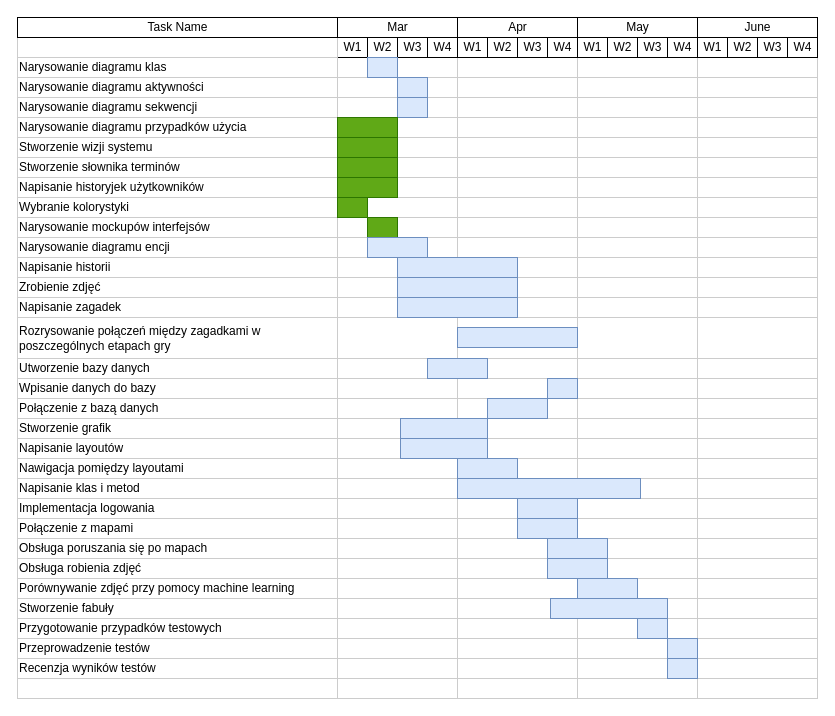
The draw.io diagram Wykres Gantta.drawio in dwarchol/ZPI-projekt, before the edit. Source tidied: cells renumbered, new cells numbered last; positions are measured from the earlier drawing's top-left corner, leaving out a move shared by most shapes. Both pictures are drawn from the tidied source at 100%, with x=0, y=0 at pixel (17, 17).
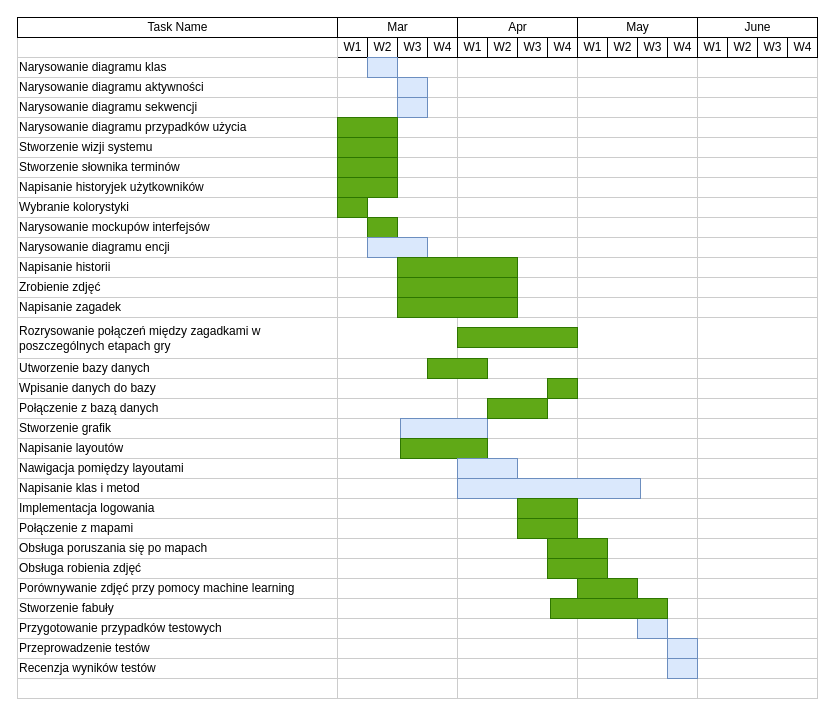
The same page after the edit.

The edit, as a diff of the source:
```diff
@@
-    <mxCell id="189" style="align=left;strokeColor=#6c8ebf;html=1;fillColor=#dae8fc;" parent="1" vertex="1">
+    <mxCell id="189" style="align=left;strokeColor=#2D7600;html=1;fillColor=#60a917;fontColor=#ffffff;" parent="1" vertex="1">
       <mxGeometry x="380" y="280" width="120" height="20" as="geometry" />
     </mxCell>
-    <mxCell id="190" style="align=left;strokeColor=#6c8ebf;html=1;fillColor=#dae8fc;" parent="1" vertex="1">
+    <mxCell id="190" style="align=left;strokeColor=#2D7600;html=1;fillColor=#60a917;fontColor=#ffffff;" parent="1" vertex="1">
       <mxGeometry x="380" y="260" width="120" height="20" as="geometry" />
     </mxCell>
-    <mxCell id="191" style="align=left;strokeColor=#6c8ebf;html=1;fillColor=#dae8fc;" parent="1" vertex="1">
+    <mxCell id="191" style="align=left;strokeColor=#2D7600;html=1;fillColor=#60a917;fontColor=#ffffff;" parent="1" vertex="1">
       <mxGeometry x="380" y="240" width="120" height="20" as="geometry" />
     </mxCell>
-    <mxCell id="192" style="align=left;strokeColor=#6c8ebf;html=1;fillColor=#dae8fc;" parent="1" vertex="1">
+    <mxCell id="192" style="align=left;strokeColor=#2D7600;html=1;fillColor=#60a917;fontColor=#ffffff;" parent="1" vertex="1">
       <mxGeometry x="440" y="310" width="120" height="20" as="geometry" />
     </mxCell>
@@
-    <mxCell id="194" style="align=left;strokeColor=#6c8ebf;html=1;fillColor=#dae8fc;" parent="1" vertex="1">
+    <mxCell id="194" style="align=left;strokeColor=#2D7600;html=1;fillColor=#60a917;fontColor=#ffffff;" parent="1" vertex="1">
       <mxGeometry x="383" y="421" width="87" height="20" as="geometry" />
     </mxCell>
-    <mxCell id="195" style="align=left;strokeColor=#6c8ebf;html=1;fillColor=#dae8fc;" parent="1" vertex="1">
+    <mxCell id="195" style="align=left;strokeColor=#2D7600;html=1;fillColor=#60a917;fontColor=#ffffff;" parent="1" vertex="1">
       <mxGeometry x="410" y="341" width="60" height="20" as="geometry" />
     </mxCell>
-    <mxCell id="196" style="align=left;strokeColor=#6c8ebf;html=1;fillColor=#dae8fc;" parent="1" vertex="1">
+    <mxCell id="196" style="align=left;strokeColor=#2D7600;html=1;fillColor=#60a917;fontColor=#ffffff;" parent="1" vertex="1">
       <mxGeometry x="530" y="361" width="30" height="20" as="geometry" />
     </mxCell>
-    <mxCell id="197" style="align=left;strokeColor=#6c8ebf;html=1;fillColor=#dae8fc;" parent="1" vertex="1">
+    <mxCell id="197" style="align=left;strokeColor=#2D7600;html=1;fillColor=#60a917;fontColor=#ffffff;" parent="1" vertex="1">
       <mxGeometry x="470" y="381" width="60" height="20" as="geometry" />
     </mxCell>
@@
-    <mxCell id="203" style="align=left;strokeColor=#6c8ebf;html=1;fillColor=#dae8fc;" parent="1" vertex="1">
+    <mxCell id="203" style="align=left;strokeColor=#2D7600;html=1;fillColor=#60a917;fontColor=#ffffff;" parent="1" vertex="1">
       <mxGeometry x="500" y="481" width="60" height="20" as="geometry" />
     </mxCell>
-    <mxCell id="204" style="align=left;strokeColor=#6c8ebf;html=1;fillColor=#dae8fc;" parent="1" vertex="1">
+    <mxCell id="204" style="align=left;strokeColor=#2D7600;html=1;fillColor=#60a917;fontColor=#ffffff;" parent="1" vertex="1">
       <mxGeometry x="500" y="501" width="60" height="20" as="geometry" />
     </mxCell>
-    <mxCell id="205" style="align=left;strokeColor=#6c8ebf;html=1;fillColor=#dae8fc;" parent="1" vertex="1">
+    <mxCell id="205" style="align=left;strokeColor=#2D7600;html=1;fillColor=#60a917;fontColor=#ffffff;" parent="1" vertex="1">
       <mxGeometry x="530" y="521" width="60" height="20" as="geometry" />
     </mxCell>
-    <mxCell id="206" style="align=left;strokeColor=#6c8ebf;html=1;fillColor=#dae8fc;" parent="1" vertex="1">
+    <mxCell id="206" style="align=left;strokeColor=#2D7600;html=1;fillColor=#60a917;fontColor=#ffffff;" parent="1" vertex="1">
       <mxGeometry x="560" y="561" width="60" height="20" as="geometry" />
     </mxCell>
-    <mxCell id="207" style="align=left;strokeColor=#6c8ebf;html=1;fillColor=#dae8fc;" parent="1" vertex="1">
+    <mxCell id="207" style="align=left;strokeColor=#2D7600;html=1;fillColor=#60a917;fontColor=#ffffff;" parent="1" vertex="1">
       <mxGeometry x="533" y="581" width="117" height="20" as="geometry" />
     </mxCell>
-    <mxCell id="208" style="align=left;strokeColor=#6c8ebf;html=1;fillColor=#dae8fc;" parent="1" vertex="1">
+    <mxCell id="208" style="align=left;strokeColor=#2D7600;html=1;fillColor=#60a917;fontColor=#ffffff;" parent="1" vertex="1">
       <mxGeometry x="530" y="541" width="60" height="20" as="geometry" />
     </mxCell>
```
